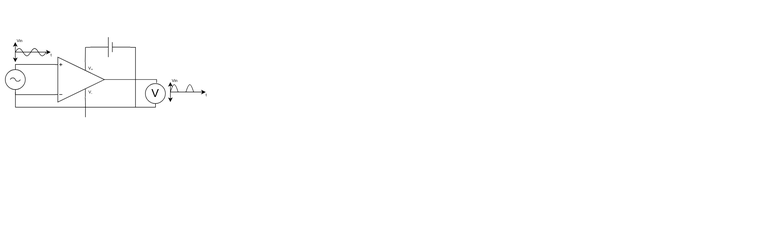
Above: supplyopampsingle.svg in gabrtt/gabrtt.github.io (draw.io), before the change. Source tidied: cells renumbered, new cells last; positions are measured from the earlier drawing's top-left corner, leaving out a move shared by most shapes.
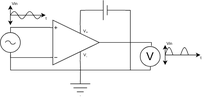
The same file after the commit.

What changed in the source:
```diff
@@ -2,138 +2,143 @@
   <root>
     <mxCell id="0" />
     <mxCell id="1" parent="0" />
-    <mxCell id="2" style="edgeStyle=orthogonalEdgeStyle;rounded=0;html=1;exitX=0.612;exitY=0.89;exitPerimeter=0;endArrow=none;endFill=0;jettySize=auto;" parent="1" edge="1" source="4">
-      <mxGeometry relative="1" as="geometry">
-        <mxPoint x="160.3" y="20.3" as="targetPoint" />
-      </mxGeometry>
+    <mxCell id="2" style="group;" parent="1" vertex="1">
+      <mxGeometry width="405" height="200" as="geometry" />
     </mxCell>
-    <mxCell id="3" style="edgeStyle=orthogonalEdgeStyle;rounded=0;html=1;exitX=0.612;exitY=0.11;exitPerimeter=0;endArrow=none;endFill=0;jettySize=auto;" parent="1" edge="1" source="4">
+    <mxCell id="3" style="edgeStyle=orthogonalEdgeStyle;rounded=0;html=1;exitX=0.612;exitY=0.89;exitPerimeter=0;endArrow=none;endFill=0;jettySize=auto;" parent="2" edge="1" source="5">
       <mxGeometry relative="1" as="geometry">
-        <mxPoint x="160.3" y="130" as="targetPoint" />
+        <mxPoint x="160" y="20" as="targetPoint" />
       </mxGeometry>
     </mxCell>
-    <mxCell id="4" style="verticalLabelPosition=bottom;shadow=0;dashed=0;align=center;fillColor=#ffffff;html=1;verticalAlign=top;strokeWidth=1;shape=mxgraph.electrical.abstract.operational_amp_1;flipV=1;" parent="1" vertex="1">
-      <mxGeometry x="100" y="40" width="98" height="90" as="geometry" />
+    <mxCell id="4" style="edgeStyle=orthogonalEdgeStyle;rounded=0;html=1;exitX=0.612;exitY=0.11;exitPerimeter=0;endArrow=none;endFill=0;jettySize=auto;" parent="2" edge="1" source="5">
+      <mxGeometry relative="1" as="geometry">
+        <mxPoint x="160" y="130" as="targetPoint" />
+      </mxGeometry>
     </mxCell>
-    <mxCell id="5" style="verticalLabelPosition=bottom;shadow=0;dashed=0;align=center;fillColor=#ffffff;html=1;verticalAlign=top;strokeWidth=1;shape=mxgraph.electrical.signal_sources.ac_source;" parent="1" vertex="1">
-      <mxGeometry y="65" width="40" height="40" as="geometry" />
+    <mxCell id="5" style="verticalLabelPosition=bottom;shadow=0;dashed=0;align=center;fillColor=#ffffff;html=1;verticalAlign=top;strokeWidth=1;shape=mxgraph.electrical.abstract.operational_amp_1;flipV=1;" parent="2" vertex="1">
+      <mxGeometry x="100" y="40" width="98" height="90" as="geometry" />
     </mxCell>
-    <mxCell id="6" style="edgeStyle=orthogonalEdgeStyle;rounded=0;html=1;exitX=0;exitY=0.835;exitPerimeter=0;endArrow=none;endFill=0;jettySize=auto;entryX=0.5;entryY=0;entryPerimeter=0;" parent="1" edge="1" source="4" target="5">
-      <mxGeometry relative="1" as="geometry">
-        <Array as="points">
-          <mxPoint x="20" y="55" />
-        </Array>
-      </mxGeometry>
+    <mxCell id="6" style="verticalLabelPosition=bottom;shadow=0;dashed=0;align=center;fillColor=#ffffff;html=1;verticalAlign=top;strokeWidth=1;shape=mxgraph.electrical.signal_sources.ac_source;" parent="2" vertex="1">
+      <mxGeometry y="65" width="40" height="40" as="geometry" />
     </mxCell>
-    <mxCell id="7" style="edgeStyle=orthogonalEdgeStyle;rounded=0;html=1;exitX=0;exitY=0.165;exitPerimeter=0;endArrow=none;endFill=0;jettySize=auto;entryX=0.5;entryY=1;entryPerimeter=0;" parent="1" edge="1" source="4" target="5">
+    <mxCell id="7" style="edgeStyle=orthogonalEdgeStyle;rounded=0;html=1;exitX=0;exitY=0.835;exitPerimeter=0;endArrow=none;endFill=0;jettySize=auto;entryX=0.5;entryY=0;entryPerimeter=0;" parent="2" edge="1" source="5" target="6">
       <mxGeometry relative="1" as="geometry">
         <Array as="points">
-          <mxPoint x="20" y="115" />
+          <mxPoint x="20" y="55" />
         </Array>
       </mxGeometry>
     </mxCell>
-    <mxCell id="8" style="edgeStyle=orthogonalEdgeStyle;rounded=0;html=1;exitX=1;exitY=0.5;exitPerimeter=0;endArrow=none;endFill=0;jettySize=auto;" parent="1" edge="1" source="10">
+    <mxCell id="8" style="edgeStyle=orthogonalEdgeStyle;rounded=0;html=1;exitX=0;exitY=0.165;exitPerimeter=0;endArrow=none;endFill=0;jettySize=auto;entryX=0.5;entryY=1;entryPerimeter=0;" parent="2" edge="1" source="5" target="6">
       <mxGeometry relative="1" as="geometry">
-        <mxPoint x="160.3" y="20.3" as="targetPoint" />
+        <Array as="points">
+          <mxPoint x="20" y="115" />
+        </Array>
       </mxGeometry>
     </mxCell>
-    <mxCell id="9" style="edgeStyle=orthogonalEdgeStyle;rounded=0;html=1;exitX=0;exitY=0.5;exitPerimeter=0;endArrow=none;endFill=0;jettySize=auto;" parent="1" edge="1" source="10">
+    <mxCell id="9" style="edgeStyle=orthogonalEdgeStyle;rounded=0;html=1;exitX=1;exitY=0.5;exitPerimeter=0;endArrow=none;endFill=0;jettySize=auto;" parent="2" edge="1" source="11">
       <mxGeometry relative="1" as="geometry">
-        <mxPoint x="160.3" y="130" as="targetPoint" />
-        <Array as="points">
-          <mxPoint x="260" y="20" />
-          <mxPoint x="260" y="140" />
-          <mxPoint x="160" y="140" />
-        </Array>
+        <mxPoint x="160" y="20" as="targetPoint" />
       </mxGeometry>
     </mxCell>
-    <mxCell id="10" style="verticalLabelPosition=bottom;shadow=0;dashed=0;align=center;fillColor=#000000;strokeColor=#000000;html=1;verticalAlign=top;strokeWidth=1;shape=(stored shape, 344 characters);rounded=0;labelBackgroundColor=none;fontFamily=Times New Roman;fontSize=23;fontColor=#333333;flipH=1;" parent="1" vertex="1">
-      <mxGeometry x="170" width="80" height="40" as="geometry" />
+    <mxCell id="10" style="edgeStyle=orthogonalEdgeStyle;rounded=0;html=1;exitX=0;exitY=0.5;exitPerimeter=0;endArrow=none;endFill=0;jettySize=auto;" parent="2" edge="1" source="11">
+      <mxGeometry relative="1" as="geometry">
+        <mxPoint x="160" y="130" as="targetPoint" />
+        <Array as="points">
+          <mxPoint x="260" y="20" />
+          <mxPoint x="260" y="140" />
+          <mxPoint x="160" y="140" />
+        </Array>
+      </mxGeometry>
     </mxCell>
-    <mxCell id="11" style="edgeStyle=orthogonalEdgeStyle;rounded=0;html=1;exitX=0.5;exitY=0;exitPerimeter=0;endArrow=none;endFill=0;jettySize=auto;orthogonalLoop=1;" parent="1" edge="1">
-      <mxGeometry relative="1" as="geometry">
-        <mxPoint x="160.3" y="160.3" as="sourcePoint" />
-        <mxPoint x="20.3" y="110" as="targetPoint" />
-        <Array as="points">
-          <mxPoint x="160" y="140" />
-          <mxPoint x="20" y="140" />
-        </Array>
-      </mxGeometry>
+    <mxCell id="11" style="verticalLabelPosition=bottom;shadow=0;dashed=0;align=center;fillColor=#000000;strokeColor=#000000;html=1;verticalAlign=top;strokeWidth=1;shape=(stored shape, 344 characters);rounded=0;labelBackgroundColor=none;fontFamily=Times New Roman;fontSize=23;fontColor=#333333;flipH=1;" parent="2" vertex="1">
+      <mxGeometry x="170" width="80" height="40" as="geometry" />
     </mxCell>
-    <mxCell id="12" style="edgeStyle=orthogonalEdgeStyle;rounded=0;html=1;exitX=0.5;exitY=1;exitPerimeter=0;endArrow=none;endFill=0;jettySize=auto;" parent="1" edge="1" source="13">
+    <mxCell id="12" style="edgeStyle=orthogonalEdgeStyle;rounded=0;html=1;exitX=0.5;exitY=0;exitPerimeter=0;endArrow=none;endFill=0;jettySize=auto;" parent="2" edge="1" source="13">
       <mxGeometry relative="1" as="geometry">
-        <mxPoint x="260.3" y="140.3" as="targetPoint" />
+        <mxPoint x="20" y="110" as="targetPoint" />
         <Array as="points">
-          <mxPoint x="300" y="140" />
+          <mxPoint x="160" y="140" />
+          <mxPoint x="20" y="140" />
         </Array>
       </mxGeometry>
     </mxCell>
-    <mxCell id="13" style="perimeter=ellipsePerimeter;verticalLabelPosition=bottom;shadow=0;dashed=0;align=center;fillColor=#ffffff;html=1;verticalAlign=top;strokeWidth=1;shape=mxgraph.electrical.instruments.voltmeter;" parent="1" vertex="1">
-      <mxGeometry x="280" y="90" width="40" height="45" as="geometry" />
+    <mxCell id="13" style="verticalLabelPosition=bottom;shadow=0;dashed=0;align=center;fillColor=#ffffff;html=1;verticalAlign=top;strokeWidth=1;shape=(stored shape, 340 characters);labelBackgroundColor=none;fontFamily=Advent Pro;fontSize=19;fontColor=#000000;" parent="2" vertex="1">
+      <mxGeometry x="140" y="160" width="40" height="40" as="geometry" />
     </mxCell>
-    <mxCell id="14" style="edgeStyle=orthogonalEdgeStyle;rounded=0;html=1;exitX=1;exitY=0.5;exitPerimeter=0;endArrow=none;endFill=0;jettySize=auto;entryX=0.562;entryY=-0.024;entryPerimeter=0;" parent="1" edge="1" source="4" target="13">
+    <mxCell id="14" style="edgeStyle=orthogonalEdgeStyle;rounded=0;html=1;exitX=0.5;exitY=1;exitPerimeter=0;endArrow=none;endFill=0;jettySize=auto;" parent="2" edge="1" source="15">
       <mxGeometry relative="1" as="geometry">
+        <mxPoint x="260" y="140" as="targetPoint" />
         <Array as="points">
-          <mxPoint x="302" y="85" />
+          <mxPoint x="300" y="140" />
         </Array>
       </mxGeometry>
     </mxCell>
-    <mxCell id="15" value="Vin" style="text;html=1;strokeColor=none;fillColor=none;align=center;verticalAlign=middle;whiteSpace=wrap;fontSize=8;" parent="1" vertex="1">
-      <mxGeometry x="333" y="85" width="8.8" height="5" as="geometry" />
+    <mxCell id="15" style="perimeter=ellipsePerimeter;verticalLabelPosition=bottom;shadow=0;dashed=0;align=center;fillColor=#ffffff;html=1;verticalAlign=top;strokeWidth=1;shape=mxgraph.electrical.instruments.voltmeter;" parent="2" vertex="1">
+      <mxGeometry x="280" y="90" width="40" height="45" as="geometry" />
     </mxCell>
-    <mxCell id="16" style="endArrow=classic;html=1;" parent="1" edge="1">
+    <mxCell id="16" style="edgeStyle=orthogonalEdgeStyle;rounded=0;html=1;exitX=1;exitY=0.5;exitPerimeter=0;endArrow=none;endFill=0;jettySize=auto;entryX=0.562;entryY=-0.024;entryPerimeter=0;" parent="2" edge="1" source="5" target="15">
       <mxGeometry relative="1" as="geometry">
-        <mxPoint x="330" y="110" as="sourcePoint" />
-        <mxPoint x="400.6" y="110" as="targetPoint" />
+        <Array as="points">
+          <mxPoint x="302" y="85" />
+        </Array>
       </mxGeometry>
     </mxCell>
-    <mxCell id="17" style="endArrow=classic;startArrow=classic;html=1;strokeWidth=1;" parent="1" edge="1">
-      <mxGeometry relative="1" as="geometry">
-        <mxPoint x="330" y="130" as="sourcePoint" />
-        <mxPoint x="330" y="90" as="targetPoint" />
-      </mxGeometry>
+    <mxCell id="17" value="Vin" style="text;html=1;strokeColor=none;fillColor=none;align=center;verticalAlign=middle;whiteSpace=wrap;fontSize=8;" parent="2" vertex="1">
+      <mxGeometry x="333" y="85" width="8.8" height="5" as="geometry" />
     </mxCell>
-    <mxCell id="18" value="Vin" style="text;html=1;strokeColor=none;fillColor=none;align=center;verticalAlign=middle;whiteSpace=wrap;fontSize=8;" parent="1" vertex="1">
-      <mxGeometry x="23" y="5" width="8.8" height="5" as="geometry" />
+    <mxCell id="18" style="endArrow=classic;html=1;" parent="2" edge="1">
+      <mxGeometry relative="1" as="geometry">
+        <mxPoint x="330" y="110" as="sourcePoint" />
+        <mxPoint x="400.6" y="110" as="targetPoint" />
+      </mxGeometry>
     </mxCell>
-    <mxCell id="19" style="endArrow=classic;html=1;" parent="1" edge="1">
+    <mxCell id="19" style="endArrow=classic;startArrow=classic;html=1;strokeWidth=1;" parent="2" edge="1">
       <mxGeometry relative="1" as="geometry">
-        <mxPoint x="20" y="30" as="sourcePoint" />
-        <mxPoint x="90.6" y="30" as="targetPoint" />
+        <mxPoint x="330" y="130" as="sourcePoint" />
+        <mxPoint x="330" y="90" as="targetPoint" />
       </mxGeometry>
     </mxCell>
-    <mxCell id="20" style="endArrow=classic;startArrow=classic;html=1;strokeWidth=1;" parent="1" edge="1">
-      <mxGeometry relative="1" as="geometry">
-        <mxPoint x="20" y="50" as="sourcePoint" />
-        <mxPoint x="20" y="10" as="targetPoint" />
-      </mxGeometry>
+    <mxCell id="20" value="Vin" style="text;html=1;strokeColor=none;fillColor=none;align=center;verticalAlign=middle;whiteSpace=wrap;fontSize=8;" parent="2" vertex="1">
+      <mxGeometry x="23" y="5" width="8.8" height="5" as="geometry" />
     </mxCell>
-    <mxCell id="21" value="&amp;nbsp; &amp;nbsp;t" style="text;html=1;strokeColor=none;fillColor=none;align=center;verticalAlign=middle;whiteSpace=wrap;fontSize=8;" parent="1" vertex="1">
-      <mxGeometry x="86.2" y="30" width="8.8" height="5" as="geometry" />
+    <mxCell id="21" style="endArrow=classic;html=1;" parent="2" edge="1">
+      <mxGeometry relative="1" as="geometry">
+        <mxPoint x="20" y="30" as="sourcePoint" />
+        <mxPoint x="90.6" y="30" as="targetPoint" />
+      </mxGeometry>
     </mxCell>
-    <mxCell id="22" style="group;" parent="1" vertex="1">
-      <mxGeometry x="20" y="20" width="61.8" height="20" as="geometry" />
+    <mxCell id="22" style="endArrow=classic;startArrow=classic;html=1;strokeWidth=1;" parent="2" edge="1">
+      <mxGeometry relative="1" as="geometry">
+        <mxPoint x="20" y="50" as="sourcePoint" />
+        <mxPoint x="20" y="10" as="targetPoint" />
+      </mxGeometry>
     </mxCell>
-    <mxCell id="23" style="verticalLabelPosition=bottom;shadow=0;dashed=0;align=center;fillColor=#ffffff;html=1;verticalAlign=top;strokeWidth=1;shape=mxgraph.electrical.waveforms.sine_wave;" parent="22" vertex="1">
-      <mxGeometry width="30.9" height="20" as="geometry" />
+    <mxCell id="23" value="&amp;nbsp; &amp;nbsp;t" style="text;html=1;strokeColor=none;fillColor=none;align=center;verticalAlign=middle;whiteSpace=wrap;fontSize=8;" parent="2" vertex="1">
+      <mxGeometry x="86.2" y="30" width="8.8" height="5" as="geometry" />
     </mxCell>
-    <mxCell id="24" style="verticalLabelPosition=bottom;shadow=0;dashed=0;align=center;fillColor=#ffffff;html=1;verticalAlign=top;strokeWidth=1;shape=mxgraph.electrical.waveforms.sine_wave;" parent="22" vertex="1">
-      <mxGeometry x="30.9" width="30.9" height="20" as="geometry" />
+    <mxCell id="24" style="group;" parent="2" vertex="1">
+      <mxGeometry x="20" y="20" width="61.8" height="20" as="geometry" />
     </mxCell>
-    <mxCell id="25" style="verticalLabelPosition=bottom;shadow=0;dashed=0;align=center;fillColor=#ffffff;html=1;verticalAlign=top;strokeWidth=1;shape=(stored shape, 288 characters);" parent="1" vertex="1">
-      <mxGeometry x="330" y="90" width="31" height="40" as="geometry" />
+    <mxCell id="25" style="verticalLabelPosition=bottom;shadow=0;dashed=0;align=center;fillColor=#ffffff;html=1;verticalAlign=top;strokeWidth=1;shape=mxgraph.electrical.waveforms.sine_wave;" parent="24" vertex="1">
+      <mxGeometry width="30.9" height="20" as="geometry" />
     </mxCell>
-    <mxCell id="26" style="verticalLabelPosition=bottom;shadow=0;dashed=0;align=center;fillColor=#ffffff;html=1;verticalAlign=top;strokeWidth=1;shape=(stored shape, 288 characters);" parent="1" vertex="1">
-      <mxGeometry x="361" y="90" width="31" height="40" as="geometry" />
+    <mxCell id="26" style="verticalLabelPosition=bottom;shadow=0;dashed=0;align=center;fillColor=#ffffff;html=1;verticalAlign=top;strokeWidth=1;shape=mxgraph.electrical.waveforms.sine_wave;" parent="24" vertex="1">
+      <mxGeometry x="30.9" width="30.9" height="20" as="geometry" />
     </mxCell>
-    <mxCell id="27" value="V&lt;sub&gt;+&lt;/sub&gt;" style="text;html=1;strokeColor=none;fillColor=none;align=center;verticalAlign=middle;whiteSpace=wrap;fontSize=8;" parent="1" vertex="1">
-      <mxGeometry x="155" y="58" width="30" height="13" as="geometry" />
+    <mxCell id="27" style="verticalLabelPosition=bottom;shadow=0;dashed=0;align=center;fillColor=#ffffff;html=1;verticalAlign=top;strokeWidth=1;shape=(stored shape, 288 characters);" parent="2" vertex="1">
+      <mxGeometry x="330" y="90" width="31" height="40" as="geometry" />
     </mxCell>
-    <mxCell id="28" value="V&lt;sub&gt;-&lt;/sub&gt;" style="text;html=1;strokeColor=none;fillColor=none;align=center;verticalAlign=middle;whiteSpace=wrap;fontSize=8;" parent="1" vertex="1">
-      <mxGeometry x="155" y="106" width="30" height="13" as="geometry" />
+    <mxCell id="28" style="verticalLabelPosition=bottom;shadow=0;dashed=0;align=center;fillColor=#ffffff;html=1;verticalAlign=top;strokeWidth=1;shape=(stored shape, 288 characters);" parent="2" vertex="1">
+      <mxGeometry x="361" y="90" width="31" height="40" as="geometry" />
     </mxCell>
-    <mxCell id="29" value="&amp;nbsp; &amp;nbsp;t" style="text;html=1;strokeColor=none;fillColor=none;align=center;verticalAlign=middle;whiteSpace=wrap;fontSize=8;" parent="1" vertex="1">
-      <mxGeometry x="396.2" y="110" width="8.8" height="5" as="geometry" />
+    <mxCell id="29" value="V&lt;sub&gt;+&lt;/sub&gt;" style="text;html=1;strokeColor=none;fillColor=none;align=center;verticalAlign=middle;whiteSpace=wrap;fontSize=8;" parent="2" vertex="1">
+      <mxGeometry x="155" y="58" width="30" height="13" as="geometry" />
     </mxCell>
+    <mxCell id="30" value="V&lt;sub&gt;-&lt;/sub&gt;" style="text;html=1;strokeColor=none;fillColor=none;align=center;verticalAlign=middle;whiteSpace=wrap;fontSize=8;" parent="2" vertex="1">
+      <mxGeometry x="155" y="106" width="30" height="13" as="geometry" />
+    </mxCell>
+    <mxCell id="31" value="&amp;nbsp; &amp;nbsp;t" style="text;html=1;strokeColor=none;fillColor=none;align=center;verticalAlign=middle;whiteSpace=wrap;fontSize=8;" parent="2" vertex="1">
+      <mxGeometry x="396.2" y="110" width="8.8" height="5" as="geometry" />
+    </mxCell>
   </root>
 </mxGraphModel>
```
